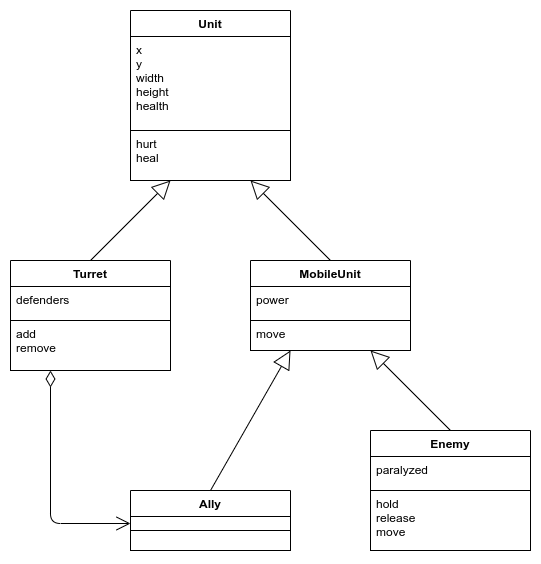
Above: steep/diagrama.drawio.png in hashiprobr-classroom/desagil-aps3 (draw.io), before the change. Source tidied: cells renumbered, new cells last; positions are measured from the earlier drawing's top-left corner, leaving out a move shared by most shapes. Source of this version:
```xml
<mxGraphModel background="#FFFFFF">
  <root>
    <mxCell id="0" />
    <mxCell id="1" parent="0" />
    <mxCell id="2" value="Unit" style="swimlane;fontStyle=1;align=center;verticalAlign=top;horizontal=1;startSize=26;fontColor=#000000;strokeColor=#000000;fillColor=#FFFFFF;" parent="1" vertex="1">
      <mxGeometry x="120" width="160" height="170" as="geometry" />
    </mxCell>
    <mxCell id="3" value="x&#10;y&#10;width&#10;height&#10;health" style="text;strokeColor=#000000;fillColor=#FFFFFF;align=left;verticalAlign=top;spacingLeft=4;spacingRight=4;overflow=hidden;fontColor=#000000;" parent="2" vertex="1">
      <mxGeometry y="26" width="160" height="94" as="geometry" />
    </mxCell>
    <mxCell id="4" value="hurt&#10;heal" style="text;strokeColor=#000000;fillColor=#FFFFFF;align=left;verticalAlign=top;spacingLeft=4;spacingRight=4;overflow=hidden;points=[[0,0.5],[1,0.5]];portConstraint=eastwest;fontColor=#000000;" parent="2" vertex="1">
      <mxGeometry y="120" width="160" height="50" as="geometry" />
    </mxCell>
    <mxCell id="5" style="endArrow=open;html=1;endSize=12;startArrow=diamondThin;startSize=14;startFill=0;edgeStyle=orthogonalEdgeStyle;align=left;verticalAlign=bottom;fontColor=#000000;strokeColor=#000000;exitX=0.25;exitY=1;exitDx=0;exitDy=0;exitPerimeter=0;entryX=0;entryY=0.5;entryDx=0;entryDy=0;" parent="1" edge="1" source="8" target="13">
      <mxGeometry x="-1" y="3" relative="1" as="geometry" />
    </mxCell>
    <mxCell id="6" value="Turret" style="swimlane;fontStyle=1;align=center;verticalAlign=top;horizontal=1;startSize=26;fontColor=#000000;strokeColor=#000000;fillColor=#FFFFFF;" parent="1" vertex="1">
      <mxGeometry y="250" width="160" height="110" as="geometry" />
    </mxCell>
    <mxCell id="7" value="defenders" style="text;strokeColor=#000000;fillColor=#FFFFFF;align=left;verticalAlign=top;spacingLeft=4;spacingRight=4;overflow=hidden;fontColor=#000000;" parent="6" vertex="1">
      <mxGeometry y="26" width="160" height="34" as="geometry" />
    </mxCell>
    <mxCell id="8" value="add&#10;remove" style="text;strokeColor=#000000;fillColor=#FFFFFF;align=left;verticalAlign=top;spacingLeft=4;spacingRight=4;overflow=hidden;points=[[0,0.5],[1,0.5]];portConstraint=eastwest;fontColor=#000000;" parent="6" vertex="1">
      <mxGeometry y="60" width="160" height="50" as="geometry" />
    </mxCell>
    <mxCell id="9" value="MobileUnit" style="swimlane;fontStyle=1;align=center;verticalAlign=top;horizontal=1;startSize=26;fontColor=#000000;strokeColor=#000000;fillColor=#FFFFFF;" parent="1" vertex="1">
      <mxGeometry x="240" y="250" width="160" height="90" as="geometry" />
    </mxCell>
    <mxCell id="10" value="power" style="text;strokeColor=#000000;fillColor=#FFFFFF;align=left;verticalAlign=top;spacingLeft=4;spacingRight=4;overflow=hidden;fontColor=#000000;" parent="9" vertex="1">
      <mxGeometry y="26" width="160" height="34" as="geometry" />
    </mxCell>
    <mxCell id="11" value="move" style="text;strokeColor=#000000;fillColor=#FFFFFF;align=left;verticalAlign=top;spacingLeft=4;spacingRight=4;overflow=hidden;points=[[0,0.5],[1,0.5]];portConstraint=eastwest;fontColor=#000000;" parent="9" vertex="1">
      <mxGeometry y="60" width="160" height="30" as="geometry" />
    </mxCell>
    <mxCell id="12" value="Ally" style="swimlane;fontStyle=1;align=center;verticalAlign=top;horizontal=1;startSize=26;fontColor=#000000;strokeColor=#000000;fillColor=#FFFFFF;" parent="1" vertex="1">
      <mxGeometry x="120" y="480" width="160" height="60" as="geometry" />
    </mxCell>
    <mxCell id="13" style="text;strokeColor=#000000;fillColor=#FFFFFF;align=left;verticalAlign=top;spacingLeft=4;spacingRight=4;overflow=hidden;points=[[0,0.5],[1,0.5]];portConstraint=eastwest;fontColor=#000000;" parent="12" vertex="1">
      <mxGeometry y="26" width="160" height="14" as="geometry" />
    </mxCell>
    <mxCell id="14" style="text;strokeColor=#000000;fillColor=#FFFFFF;align=left;verticalAlign=top;spacingLeft=4;spacingRight=4;overflow=hidden;fontColor=#000000;" parent="12" vertex="1">
      <mxGeometry y="40" width="160" height="20" as="geometry" />
    </mxCell>
    <mxCell id="15" style="endArrow=block;endSize=16;endFill=0;html=1;strokeColor=#000000;fontColor=#000000;labelBackgroundColor=#FFFFFF;entryX=0.25;entryY=1;entryDx=0;entryDy=0;entryPerimeter=0;exitX=0.5;exitY=0;exitDx=0;exitDy=0;" parent="1" edge="1" source="6" target="4">
      <mxGeometry relative="1" as="geometry" />
    </mxCell>
    <mxCell id="16" style="endArrow=block;endSize=16;endFill=0;html=1;strokeColor=#000000;fontColor=#000000;labelBackgroundColor=#FFFFFF;entryX=0.25;entryY=1;entryDx=0;entryDy=0;entryPerimeter=0;exitX=0.5;exitY=0;exitDx=0;exitDy=0;" parent="1" edge="1" source="12" target="11">
      <mxGeometry relative="1" as="geometry" />
    </mxCell>
    <mxCell id="17" style="endArrow=block;endSize=16;endFill=0;html=1;strokeColor=#000000;fontColor=#000000;labelBackgroundColor=#FFFFFF;entryX=0.75;entryY=1;entryDx=0;entryDy=0;entryPerimeter=0;exitX=0.5;exitY=0;exitDx=0;exitDy=0;" parent="1" edge="1" source="18" target="11">
      <mxGeometry relative="1" as="geometry" />
    </mxCell>
    <mxCell id="18" value="Enemy" style="swimlane;fontStyle=1;align=center;verticalAlign=top;horizontal=1;startSize=26;fontColor=#000000;strokeColor=#000000;fillColor=#FFFFFF;" parent="1" vertex="1">
      <mxGeometry x="360" y="420" width="160" height="120" as="geometry" />
    </mxCell>
    <mxCell id="19" value="paralyzed" style="text;strokeColor=#000000;fillColor=#FFFFFF;align=left;verticalAlign=top;spacingLeft=4;spacingRight=4;overflow=hidden;fontColor=#000000;" parent="18" vertex="1">
      <mxGeometry y="26" width="160" height="34" as="geometry" />
    </mxCell>
    <mxCell id="20" value="hold&#10;release&#10;move" style="text;strokeColor=#000000;fillColor=#FFFFFF;align=left;verticalAlign=top;spacingLeft=4;spacingRight=4;overflow=hidden;fontColor=#000000;" parent="18" vertex="1">
      <mxGeometry y="60" width="160" height="60" as="geometry" />
    </mxCell>
    <mxCell id="21" style="endArrow=block;endSize=16;endFill=0;html=1;strokeColor=#000000;fontColor=#000000;labelBackgroundColor=#FFFFFF;entryX=0.75;entryY=1;entryDx=0;entryDy=0;entryPerimeter=0;exitX=0.5;exitY=0;exitDx=0;exitDy=0;" parent="1" edge="1" source="9" target="4">
      <mxGeometry relative="1" as="geometry" />
    </mxCell>
  </root>
</mxGraphModel>
```
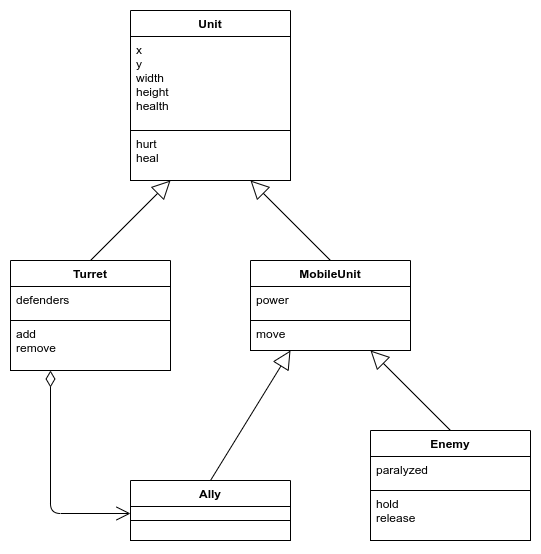
Later version of the same file.

Change to the diagram source:
```diff
@@ -33,7 +33,7 @@
       <mxGeometry y="60" width="160" height="30" as="geometry" />
     </mxCell>
     <mxCell id="12" value="Ally" style="swimlane;fontStyle=1;align=center;verticalAlign=top;horizontal=1;startSize=26;fontColor=#000000;strokeColor=#000000;fillColor=#FFFFFF;" parent="1" vertex="1">
-      <mxGeometry x="120" y="480" width="160" height="60" as="geometry" />
+      <mxGeometry x="120" y="470" width="160" height="60" as="geometry" />
     </mxCell>
     <mxCell id="13" style="text;strokeColor=#000000;fillColor=#FFFFFF;align=left;verticalAlign=top;spacingLeft=4;spacingRight=4;overflow=hidden;points=[[0,0.5],[1,0.5]];portConstraint=eastwest;fontColor=#000000;" parent="12" vertex="1">
       <mxGeometry y="26" width="160" height="14" as="geometry" />
@@ -51,13 +51,13 @@
       <mxGeometry relative="1" as="geometry" />
     </mxCell>
     <mxCell id="18" value="Enemy" style="swimlane;fontStyle=1;align=center;verticalAlign=top;horizontal=1;startSize=26;fontColor=#000000;strokeColor=#000000;fillColor=#FFFFFF;" parent="1" vertex="1">
-      <mxGeometry x="360" y="420" width="160" height="120" as="geometry" />
+      <mxGeometry x="360" y="420" width="160" height="110" as="geometry" />
     </mxCell>
     <mxCell id="19" value="paralyzed" style="text;strokeColor=#000000;fillColor=#FFFFFF;align=left;verticalAlign=top;spacingLeft=4;spacingRight=4;overflow=hidden;fontColor=#000000;" parent="18" vertex="1">
       <mxGeometry y="26" width="160" height="34" as="geometry" />
     </mxCell>
-    <mxCell id="20" value="hold&#10;release&#10;move" style="text;strokeColor=#000000;fillColor=#FFFFFF;align=left;verticalAlign=top;spacingLeft=4;spacingRight=4;overflow=hidden;fontColor=#000000;" parent="18" vertex="1">
-      <mxGeometry y="60" width="160" height="60" as="geometry" />
+    <mxCell id="20" value="hold&#10;release" style="text;strokeColor=#000000;fillColor=#FFFFFF;align=left;verticalAlign=top;spacingLeft=4;spacingRight=4;overflow=hidden;fontColor=#000000;" parent="18" vertex="1">
+      <mxGeometry y="60" width="160" height="50" as="geometry" />
     </mxCell>
     <mxCell id="21" style="endArrow=block;endSize=16;endFill=0;html=1;strokeColor=#000000;fontColor=#000000;labelBackgroundColor=#FFFFFF;entryX=0.75;entryY=1;entryDx=0;entryDy=0;entryPerimeter=0;exitX=0.5;exitY=0;exitDx=0;exitDy=0;" parent="1" edge="1" source="9" target="4">
       <mxGeometry relative="1" as="geometry" />
```
